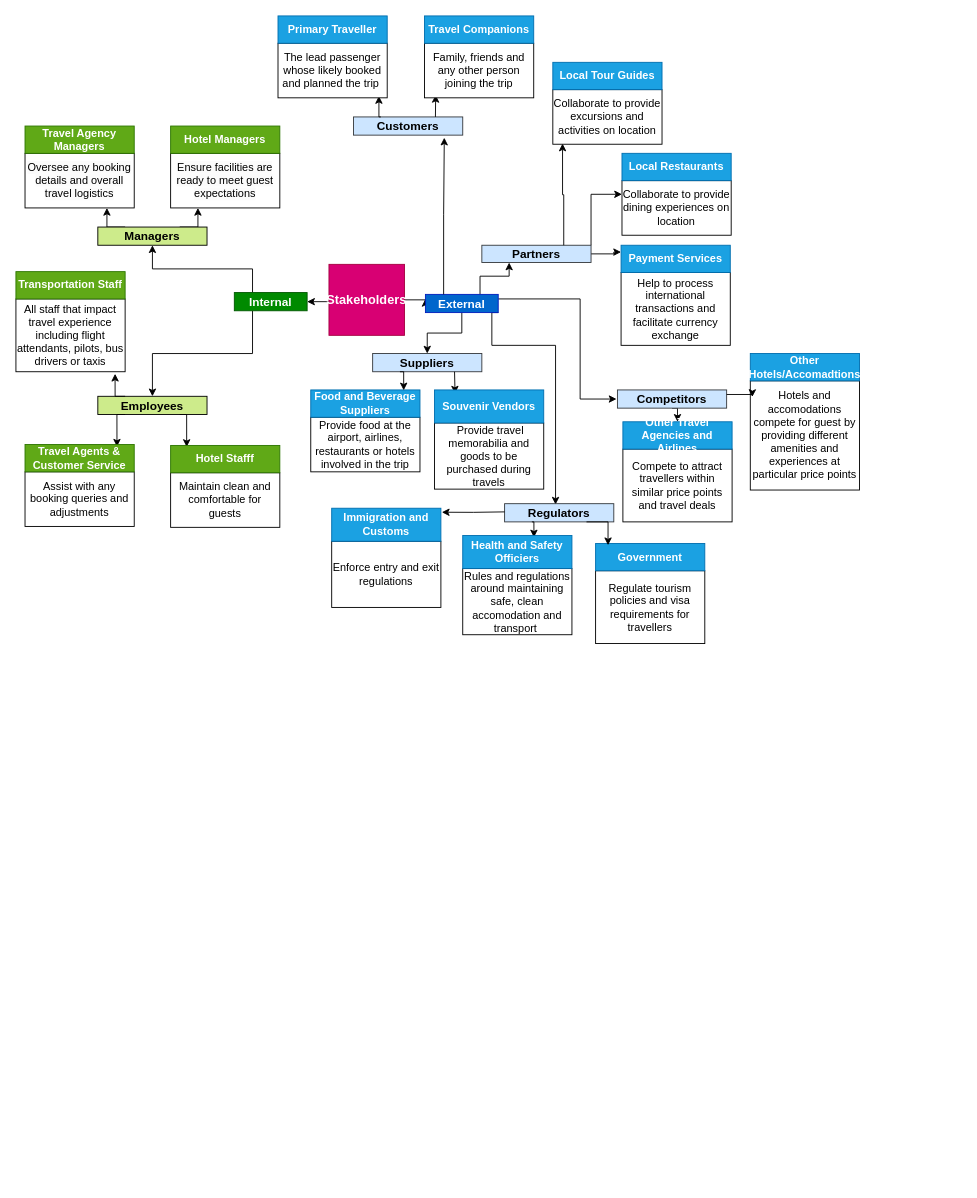
kyrafld/kyrafld keeps this draw.io diagram as mindmap_stakeholders.drawio. Above is the earlier version. Source tidied: cells renumbered, new cells numbered last; positions are measured from the earlier drawing's top-left corner, leaving out a move shared by most shapes. Both pictures are drawn from the tidied source at 91%, with x=0, y=0 at pixel (15, 15).
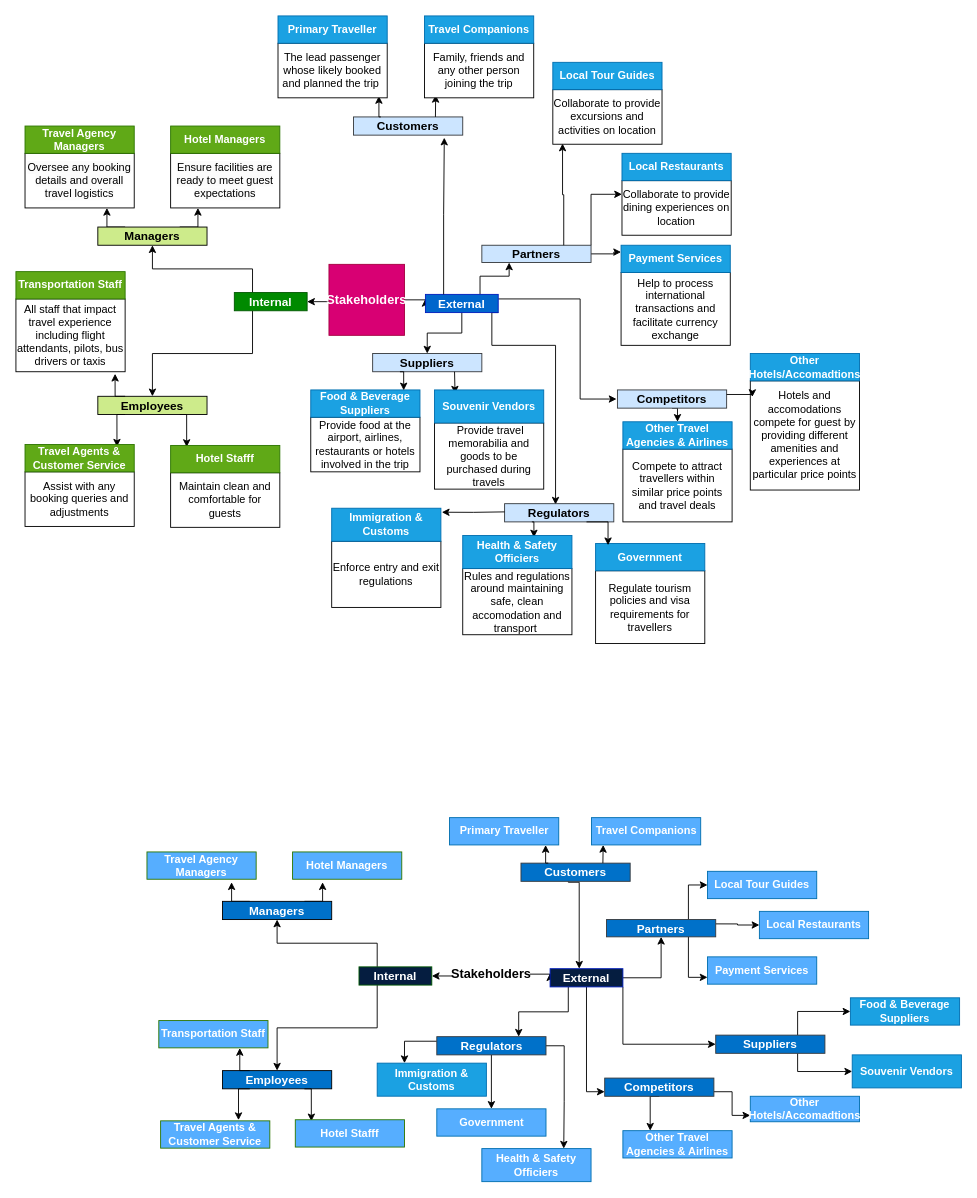
The same diagram, later.

Change to the diagram source:
```diff
@@
-    <mxCell id="35" value="&lt;div style=&quot;&quot;&gt;Food and Beverage Suppliers&lt;/div&gt;" style="rounded=0;whiteSpace=wrap;html=1;align=center;fillColor=#1ba1e2;fontColor=#ffffff;strokeColor=#006EAF;fontStyle=1;" parent="1" vertex="1">
+    <mxCell id="35" value="&lt;div style=&quot;&quot;&gt;Food &amp;amp; Beverage Suppliers&lt;/div&gt;" style="rounded=0;whiteSpace=wrap;html=1;align=center;fillColor=#1ba1e2;fontColor=#ffffff;strokeColor=#006EAF;fontStyle=1;" parent="1" vertex="1">
       <mxGeometry x="324" y="411" width="120" height="30" as="geometry" />
     </mxCell>
@@
-    <mxCell id="65" value="&lt;div style=&quot;&quot;&gt;Other Travel Agencies and Airlines&lt;/div&gt;" style="rounded=0;whiteSpace=wrap;html=1;align=center;fillColor=#1ba1e2;fontColor=#ffffff;strokeColor=#006EAF;fontStyle=1;" parent="1" vertex="1">
+    <mxCell id="65" value="&lt;div style=&quot;&quot;&gt;Other Travel Agencies &amp;amp; Airlines&lt;/div&gt;" style="rounded=0;whiteSpace=wrap;html=1;align=center;fillColor=#1ba1e2;fontColor=#ffffff;strokeColor=#006EAF;fontStyle=1;" parent="1" vertex="1">
       <mxGeometry x="667" y="446" width="120" height="30" as="geometry" />
     </mxCell>
@@
-    <mxCell id="67" value="&lt;div style=&quot;&quot;&gt;Health and Safety Officiers&lt;/div&gt;" style="rounded=0;whiteSpace=wrap;html=1;align=center;fillColor=#1ba1e2;fontColor=#ffffff;strokeColor=#006EAF;fontStyle=1;" parent="1" vertex="1">
+    <mxCell id="67" value="&lt;div style=&quot;&quot;&gt;Health &amp;amp; Safety Officiers&lt;/div&gt;" style="rounded=0;whiteSpace=wrap;html=1;align=center;fillColor=#1ba1e2;fontColor=#ffffff;strokeColor=#006EAF;fontStyle=1;" parent="1" vertex="1">
       <mxGeometry x="491" y="571" width="120" height="36.3" as="geometry" />
     </mxCell>
@@
-    <mxCell id="70" value="&lt;div style=&quot;&quot;&gt;Immigration and Customs&lt;/div&gt;" style="rounded=0;whiteSpace=wrap;html=1;align=center;fillColor=#1ba1e2;fontColor=#ffffff;strokeColor=#006EAF;fontStyle=1;" parent="1" vertex="1">
+    <mxCell id="70" value="&lt;div style=&quot;&quot;&gt;Immigration &amp;amp; Customs&lt;/div&gt;" style="rounded=0;whiteSpace=wrap;html=1;align=center;fillColor=#1ba1e2;fontColor=#ffffff;strokeColor=#006EAF;fontStyle=1;" parent="1" vertex="1">
       <mxGeometry x="347" y="541" width="120" height="36.3" as="geometry" />
     </mxCell>
@@
+    <mxCell id="76" style="edgeStyle=orthogonalEdgeStyle;rounded=0;jettySize=auto;html=1;exitX=1;exitY=0.5;exitDx=0;exitDy=0;entryX=0;entryY=0.25;entryDx=0;entryDy=0;" parent="1" edge="1" source="78" target="91">
+      <mxGeometry relative="1" as="geometry" />
+    </mxCell>
+    <mxCell id="77" style="edgeStyle=orthogonalEdgeStyle;rounded=0;jettySize=auto;html=1;exitX=0;exitY=0.5;exitDx=0;exitDy=0;entryX=1;entryY=0.5;entryDx=0;entryDy=0;" parent="1" edge="1" target="84">
+      <mxGeometry relative="1" as="geometry">
+        <mxPoint x="490" y="1055" as="sourcePoint" />
+      </mxGeometry>
+    </mxCell>
+    <mxCell id="78" value="&lt;font style=&quot;font-size: 14px;&quot;&gt;Stakeholders&lt;/font&gt;" style="rounded=0;whiteSpace=wrap;html=1;fontStyle=1;fillColor=#FFFFFF;strokeColor=#FFFFFF;" parent="1" vertex="1">
+      <mxGeometry x="481" y="1014" width="83" height="78" as="geometry" />
+    </mxCell>
+    <mxCell id="79" style="edgeStyle=orthogonalEdgeStyle;rounded=0;jettySize=auto;html=1;exitX=0.25;exitY=0;exitDx=0;exitDy=0;entryX=0.75;entryY=1;entryDx=0;entryDy=0;" parent="1" edge="1" source="82">
+      <mxGeometry relative="1" as="geometry">
+        <mxPoint x="237" y="952" as="targetPoint" />
+      </mxGeometry>
+    </mxCell>
+    <mxCell id="80" style="edgeStyle=orthogonalEdgeStyle;rounded=0;jettySize=auto;html=1;exitX=0.75;exitY=0;exitDx=0;exitDy=0;entryX=0.25;entryY=1;entryDx=0;entryDy=0;" parent="1" edge="1" source="82">
+      <mxGeometry relative="1" as="geometry">
+        <mxPoint x="337" y="952" as="targetPoint" />
+      </mxGeometry>
+    </mxCell>
+    <mxCell id="81" style="edgeStyle=orthogonalEdgeStyle;rounded=0;jettySize=auto;html=1;exitX=0.25;exitY=0;exitDx=0;exitDy=0;entryX=0.5;entryY=1;entryDx=0;entryDy=0;" parent="1" edge="1" source="84" target="82">
+      <mxGeometry relative="1" as="geometry" />
+    </mxCell>
+    <mxCell id="82" value="Managers" style="rounded=0;whiteSpace=wrap;html=1;fillColor=#0071C9;strokeColor=default;fontStyle=1;fontSize=13;fontColor=#FFFFFF;" parent="1" vertex="1">
+      <mxGeometry x="227" y="973" width="120" height="20" as="geometry" />
+    </mxCell>
+    <mxCell id="83" style="edgeStyle=orthogonalEdgeStyle;rounded=0;jettySize=auto;html=1;exitX=0.25;exitY=1;exitDx=0;exitDy=0;entryX=0.5;entryY=0;entryDx=0;entryDy=0;" parent="1" edge="1" source="84" target="85">
+      <mxGeometry relative="1" as="geometry" />
+    </mxCell>
+    <mxCell id="84" value="Internal" style="rounded=0;whiteSpace=wrap;html=1;fillColor=#051D40;fontColor=#ffffff;strokeColor=#005700;fontStyle=1;fontSize=13;" parent="1" vertex="1">
+      <mxGeometry x="377" y="1045" width="80" height="20" as="geometry" />
+    </mxCell>
+    <mxCell id="85" value="Employees" style="rounded=0;whiteSpace=wrap;html=1;fillColor=#0071C9;strokeColor=default;fontStyle=1;fontSize=13;fontColor=#FFFFFF;" parent="1" vertex="1">
+      <mxGeometry x="227" y="1159" width="120" height="20" as="geometry" />
+    </mxCell>
+    <mxCell id="86" style="edgeStyle=orthogonalEdgeStyle;rounded=0;jettySize=auto;html=1;exitX=0.25;exitY=0;exitDx=0;exitDy=0;entryX=0.908;entryY=1.028;entryDx=0;entryDy=0;entryPerimeter=0;" parent="1" edge="1" source="85">
+      <mxGeometry relative="1" as="geometry">
+        <mxPoint x="246" y="1134.2" as="targetPoint" />
+      </mxGeometry>
+    </mxCell>
+    <mxCell id="87" style="edgeStyle=orthogonalEdgeStyle;rounded=0;jettySize=auto;html=1;exitX=1;exitY=0.5;exitDx=0;exitDy=0;entryX=0.5;entryY=1;entryDx=0;entryDy=0;" parent="1" edge="1" source="91" target="98">
+      <mxGeometry relative="1" as="geometry" />
+    </mxCell>
+    <mxCell id="88" style="edgeStyle=orthogonalEdgeStyle;rounded=0;jettySize=auto;html=1;exitX=1;exitY=1;exitDx=0;exitDy=0;entryX=0;entryY=0.5;entryDx=0;entryDy=0;" parent="1" edge="1" source="91" target="125">
+      <mxGeometry relative="1" as="geometry" />
+    </mxCell>
+    <mxCell id="89" style="edgeStyle=orthogonalEdgeStyle;rounded=0;jettySize=auto;html=1;exitX=0.25;exitY=1;exitDx=0;exitDy=0;entryX=0.75;entryY=0;entryDx=0;entryDy=0;" parent="1" edge="1" source="91" target="103">
+      <mxGeometry relative="1" as="geometry" />
+    </mxCell>
+    <mxCell id="90" style="edgeStyle=orthogonalEdgeStyle;rounded=0;jettySize=auto;html=1;exitX=0.5;exitY=1;exitDx=0;exitDy=0;entryX=0;entryY=0.75;entryDx=0;entryDy=0;" parent="1" edge="1" source="91" target="107">
+      <mxGeometry relative="1" as="geometry" />
+    </mxCell>
+    <mxCell id="91" value="&lt;b&gt;External&lt;/b&gt;" style="rounded=0;whiteSpace=wrap;html=1;fillColor=#051D40;fontColor=#ffffff;strokeColor=#001DBC;fontSize=13;" parent="1" vertex="1">
+      <mxGeometry x="587" y="1047" width="80" height="20" as="geometry" />
+    </mxCell>
+    <mxCell id="92" style="edgeStyle=orthogonalEdgeStyle;rounded=0;orthogonalLoop=1;jettySize=auto;html=1;exitX=0.5;exitY=1;exitDx=0;exitDy=0;entryX=0.5;entryY=0;entryDx=0;entryDy=0;" parent="1" edge="1">
+      <mxGeometry relative="1" as="geometry">
+        <mxPoint x="607" y="951" as="sourcePoint" />
+        <mxPoint x="619" y="1047" as="targetPoint" />
+        <Array as="points">
+          <mxPoint x="619" y="952" />
+        </Array>
+      </mxGeometry>
+    </mxCell>
+    <mxCell id="93" value="Customers" style="rounded=0;whiteSpace=wrap;html=1;fillColor=#0071C9;strokeColor=#36393d;fontStyle=1;fontSize=13;fontColor=#FFFFFF;" parent="1" vertex="1">
+      <mxGeometry x="555" y="931" width="120" height="20" as="geometry" />
+    </mxCell>
+    <mxCell id="94" style="edgeStyle=orthogonalEdgeStyle;rounded=0;jettySize=auto;html=1;exitX=0.75;exitY=1;exitDx=0;exitDy=0;entryX=0.147;entryY=0.057;entryDx=0;entryDy=0;entryPerimeter=0;" parent="1" edge="1" source="85" target="117">
+      <mxGeometry relative="1" as="geometry" />
+    </mxCell>
+    <mxCell id="95" style="edgeStyle=orthogonalEdgeStyle;rounded=0;jettySize=auto;html=1;exitX=0.75;exitY=1;exitDx=0;exitDy=0;entryX=0;entryY=0.75;entryDx=0;entryDy=0;" parent="1" edge="1" source="98" target="99">
+      <mxGeometry relative="1" as="geometry" />
+    </mxCell>
+    <mxCell id="96" style="edgeStyle=orthogonalEdgeStyle;rounded=0;jettySize=auto;html=1;exitX=0.75;exitY=0;exitDx=0;exitDy=0;entryX=0;entryY=0.5;entryDx=0;entryDy=0;" parent="1" edge="1" source="98" target="110">
+      <mxGeometry relative="1" as="geometry" />
+    </mxCell>
+    <mxCell id="97" style="edgeStyle=orthogonalEdgeStyle;rounded=0;jettySize=auto;html=1;exitX=1;exitY=0.25;exitDx=0;exitDy=0;entryX=0;entryY=0.5;entryDx=0;entryDy=0;" parent="1" edge="1" source="98" target="111">
+      <mxGeometry relative="1" as="geometry" />
+    </mxCell>
+    <mxCell id="98" value="Partners" style="rounded=0;whiteSpace=wrap;html=1;fillColor=#0071C9;strokeColor=#36393d;fontStyle=1;fontSize=13;fontColor=#FFFFFF;" parent="1" vertex="1">
+      <mxGeometry x="649" y="993" width="120" height="19" as="geometry" />
+    </mxCell>
+    <mxCell id="99" value="&lt;div style=&quot;&quot;&gt;Payment Services&lt;/div&gt;" style="rounded=0;whiteSpace=wrap;html=1;align=center;fillColor=#56aeff;fontColor=#ffffff;strokeColor=#006EAF;fontStyle=1;" parent="1" vertex="1">
+      <mxGeometry x="760" y="1034" width="120" height="30" as="geometry" />
+    </mxCell>
+    <mxCell id="100" style="edgeStyle=orthogonalEdgeStyle;rounded=0;jettySize=auto;html=1;exitX=0;exitY=0.25;exitDx=0;exitDy=0;entryX=0.25;entryY=0;entryDx=0;entryDy=0;" parent="1" edge="1" source="103" target="114">
+      <mxGeometry relative="1" as="geometry" />
+    </mxCell>
+    <mxCell id="101" style="edgeStyle=orthogonalEdgeStyle;rounded=0;jettySize=auto;html=1;exitX=0.5;exitY=1;exitDx=0;exitDy=0;entryX=0.5;entryY=0;entryDx=0;entryDy=0;" parent="1" edge="1" source="103" target="109">
+      <mxGeometry relative="1" as="geometry" />
+    </mxCell>
+    <mxCell id="102" style="edgeStyle=orthogonalEdgeStyle;rounded=0;jettySize=auto;html=1;exitX=1;exitY=0.5;exitDx=0;exitDy=0;entryX=0.75;entryY=0;entryDx=0;entryDy=0;" parent="1" edge="1" source="103" target="113">
+      <mxGeometry relative="1" as="geometry" />
+    </mxCell>
+    <mxCell id="103" value="Regulators" style="rounded=0;whiteSpace=wrap;html=1;fillColor=#0071C9;strokeColor=#36393d;fontStyle=1;fontSize=13;fontColor=#FFFFFF;" parent="1" vertex="1">
+      <mxGeometry x="462.5" y="1121.7" width="120" height="20" as="geometry" />
+    </mxCell>
+    <mxCell id="104" value="&lt;div style=&quot;&quot;&gt;Food &amp;amp; Beverage Suppliers&lt;/div&gt;" style="rounded=0;whiteSpace=wrap;html=1;align=center;fillColor=#1ba1e2;fontColor=#ffffff;strokeColor=#006EAF;fontStyle=1;" parent="1" vertex="1">
+      <mxGeometry x="917" y="1079" width="120" height="30" as="geometry" />
+    </mxCell>
+    <mxCell id="105" style="edgeStyle=orthogonalEdgeStyle;rounded=0;jettySize=auto;html=1;exitX=0.5;exitY=1;exitDx=0;exitDy=0;entryX=0.25;entryY=0;entryDx=0;entryDy=0;" parent="1" edge="1" source="107" target="112">
+      <mxGeometry relative="1" as="geometry" />
+    </mxCell>
+    <mxCell id="106" style="edgeStyle=orthogonalEdgeStyle;rounded=0;jettySize=auto;html=1;exitX=1;exitY=0.75;exitDx=0;exitDy=0;entryX=0;entryY=0.75;entryDx=0;entryDy=0;" parent="1" edge="1" source="107" target="108">
+      <mxGeometry relative="1" as="geometry" />
+    </mxCell>
+    <mxCell id="107" value="Competitors" style="rounded=0;whiteSpace=wrap;html=1;fillColor=#0071C9;strokeColor=#36393d;fontStyle=1;fontSize=13;fontColor=#FFFFFF;" parent="1" vertex="1">
+      <mxGeometry x="647" y="1167.2" width="120" height="20" as="geometry" />
+    </mxCell>
+    <mxCell id="108" value="&lt;div style=&quot;&quot;&gt;Other Hotels/Accomadtions&lt;/div&gt;" style="rounded=0;whiteSpace=wrap;html=1;align=center;fillColor=#56aeff;fontColor=#ffffff;strokeColor=#006EAF;fontStyle=1;" parent="1" vertex="1">
+      <mxGeometry x="807" y="1187.2" width="120" height="28" as="geometry" />
+    </mxCell>
+    <mxCell id="109" value="&lt;div style=&quot;&quot;&gt;Government&lt;/div&gt;" style="rounded=0;whiteSpace=wrap;html=1;align=center;fillColor=#56aeff;fontColor=#ffffff;strokeColor=#006EAF;fontStyle=1;" parent="1" vertex="1">
+      <mxGeometry x="462.5" y="1201" width="120" height="30" as="geometry" />
+    </mxCell>
+    <mxCell id="110" value="&lt;div style=&quot;&quot;&gt;Local Tour Guides&lt;/div&gt;" style="rounded=0;whiteSpace=wrap;html=1;align=center;fillColor=#56aeff;fontColor=#ffffff;strokeColor=#006EAF;fontStyle=1;" parent="1" vertex="1">
+      <mxGeometry x="760" y="940" width="120" height="30" as="geometry" />
+    </mxCell>
+    <mxCell id="111" value="&lt;div style=&quot;&quot;&gt;Local Restaurants&lt;/div&gt;" style="rounded=0;whiteSpace=wrap;html=1;align=center;fillColor=#56aeff;fontColor=#ffffff;strokeColor=#006EAF;fontStyle=1;" parent="1" vertex="1">
+      <mxGeometry x="817" y="984" width="120" height="30" as="geometry" />
+    </mxCell>
+    <mxCell id="112" value="&lt;div style=&quot;&quot;&gt;Other Travel Agencies &amp;amp; Airlines&lt;/div&gt;" style="rounded=0;whiteSpace=wrap;html=1;align=center;fillColor=#56aeff;fontColor=#ffffff;strokeColor=#006EAF;fontStyle=1;" parent="1" vertex="1">
+      <mxGeometry x="667" y="1225" width="120" height="30" as="geometry" />
+    </mxCell>
+    <mxCell id="113" value="&lt;div style=&quot;&quot;&gt;Health &amp;amp; Safety Officiers&lt;/div&gt;" style="rounded=0;whiteSpace=wrap;html=1;align=center;fillColor=#56aeff;fontColor=#ffffff;strokeColor=#006EAF;fontStyle=1;" parent="1" vertex="1">
+      <mxGeometry x="512" y="1244.7" width="120" height="36.3" as="geometry" />
+    </mxCell>
+    <mxCell id="114" value="&lt;div style=&quot;&quot;&gt;Immigration &amp;amp; Customs&lt;/div&gt;" style="rounded=0;whiteSpace=wrap;html=1;align=center;fillColor=#1ba1e2;fontColor=#ffffff;strokeColor=#006EAF;fontStyle=1;" parent="1" vertex="1">
+      <mxGeometry x="397" y="1150.8" width="120" height="36.3" as="geometry" />
+    </mxCell>
+    <mxCell id="115" style="edgeStyle=orthogonalEdgeStyle;rounded=0;orthogonalLoop=1;jettySize=auto;html=1;exitX=0.5;exitY=1;exitDx=0;exitDy=0;" parent="1" edge="1" source="114" target="114">
+      <mxGeometry relative="1" as="geometry" />
+    </mxCell>
+    <mxCell id="116" value="&lt;div style=&quot;&quot;&gt;Souvenir Vendors&lt;/div&gt;" style="rounded=0;whiteSpace=wrap;html=1;align=center;fillColor=#1ba1e2;fontColor=#ffffff;strokeColor=#006EAF;fontStyle=1;" parent="1" vertex="1">
+      <mxGeometry x="919" y="1141.7" width="120" height="36.3" as="geometry" />
+    </mxCell>
+    <mxCell id="117" value="&lt;div style=&quot;&quot;&gt;Hotel Stafff&lt;/div&gt;" style="rounded=0;whiteSpace=wrap;html=1;align=center;fillColor=#56aeff;fontColor=#ffffff;strokeColor=#2D7600;fontStyle=1;" parent="1" vertex="1">
+      <mxGeometry x="307" y="1213" width="120" height="30" as="geometry" />
+    </mxCell>
+    <mxCell id="118" style="edgeStyle=orthogonalEdgeStyle;rounded=0;orthogonalLoop=1;jettySize=auto;html=1;exitX=0.5;exitY=1;exitDx=0;exitDy=0;" parent="1" edge="1" source="110" target="110">
+      <mxGeometry relative="1" as="geometry" />
+    </mxCell>
+    <mxCell id="119" value="&lt;div style=&quot;&quot;&gt;Primary Traveller&lt;/div&gt;" style="rounded=0;whiteSpace=wrap;html=1;align=center;fillColor=#56aeff;fontColor=#ffffff;strokeColor=#006EAF;fontStyle=1;" parent="1" vertex="1">
+      <mxGeometry x="476.5" y="881" width="120" height="30" as="geometry" />
+    </mxCell>
+    <mxCell id="120" value="&lt;div style=&quot;&quot;&gt;Travel Companions&lt;/div&gt;" style="rounded=0;whiteSpace=wrap;html=1;align=center;fillColor=#56aeff;fontColor=#ffffff;strokeColor=#006EAF;fontStyle=1;" parent="1" vertex="1">
+      <mxGeometry x="632.5" y="881" width="120" height="30" as="geometry" />
+    </mxCell>
+    <mxCell id="121" style="edgeStyle=orthogonalEdgeStyle;rounded=0;jettySize=auto;html=1;exitX=0.25;exitY=0;exitDx=0;exitDy=0;entryX=0.88;entryY=1.005;entryDx=0;entryDy=0;entryPerimeter=0;" parent="1" edge="1" source="93" target="119">
+      <mxGeometry relative="1" as="geometry" />
+    </mxCell>
+    <mxCell id="122" style="edgeStyle=orthogonalEdgeStyle;rounded=0;jettySize=auto;html=1;exitX=0.75;exitY=0;exitDx=0;exitDy=0;entryX=0.107;entryY=1;entryDx=0;entryDy=0;entryPerimeter=0;" parent="1" edge="1" source="93" target="120">
+      <mxGeometry relative="1" as="geometry" />
+    </mxCell>
+    <mxCell id="123" style="edgeStyle=orthogonalEdgeStyle;rounded=0;jettySize=auto;html=1;exitX=0.75;exitY=0;exitDx=0;exitDy=0;entryX=0;entryY=0.5;entryDx=0;entryDy=0;" parent="1" edge="1" source="125" target="104">
+      <mxGeometry relative="1" as="geometry" />
+    </mxCell>
+    <mxCell id="124" style="edgeStyle=orthogonalEdgeStyle;rounded=0;jettySize=auto;html=1;exitX=0.75;exitY=1;exitDx=0;exitDy=0;entryX=0;entryY=0.5;entryDx=0;entryDy=0;" parent="1" edge="1" source="125" target="116">
+      <mxGeometry relative="1" as="geometry" />
+    </mxCell>
+    <mxCell id="125" value="Suppliers" style="rounded=0;whiteSpace=wrap;html=1;fillColor=#0071C9;strokeColor=#36393d;fontStyle=1;fontSize=13;fontColor=#FFFFFF;" parent="1" vertex="1">
+      <mxGeometry x="769" y="1120" width="120" height="20" as="geometry" />
+    </mxCell>
+    <mxCell id="126" value="&lt;span style=&quot;text-align: left;&quot;&gt;Travel Agency Managers&lt;/span&gt;" style="rounded=0;whiteSpace=wrap;html=1;fillColor=#56aeff;fontColor=#ffffff;strokeColor=#2D7600;fontStyle=1;" parent="1" vertex="1">
+      <mxGeometry x="144" y="918.7" width="120" height="30" as="geometry" />
+    </mxCell>
+    <mxCell id="127" value="Hotel Managers" style="rounded=0;whiteSpace=wrap;html=1;fillColor=#56aeff;fontColor=#ffffff;strokeColor=#2D7600;fontStyle=1;" parent="1" vertex="1">
+      <mxGeometry x="304" y="918.7" width="120" height="30" as="geometry" />
+    </mxCell>
+    <mxCell id="128" value="&lt;div style=&quot;text-align: left;&quot;&gt;Transportation Staff&lt;/div&gt;" style="rounded=0;whiteSpace=wrap;html=1;fillColor=#56aeff;fontColor=#ffffff;strokeColor=#2D7600;fontStyle=1;" parent="1" vertex="1">
+      <mxGeometry x="157" y="1104" width="120" height="30" as="geometry" />
+    </mxCell>
+    <mxCell id="129" style="edgeStyle=orthogonalEdgeStyle;rounded=0;jettySize=auto;html=1;exitX=0.25;exitY=1;exitDx=0;exitDy=0;entryX=0.838;entryY=0.024;entryDx=0;entryDy=0;entryPerimeter=0;" parent="1" edge="1" source="85">
+      <mxGeometry relative="1" as="geometry">
+        <mxPoint x="244.6" y="1213.4" as="targetPoint" />
+      </mxGeometry>
+    </mxCell>
+    <mxCell id="130" value="&lt;div style=&quot;&quot;&gt;Travel Agents &amp;amp; Customer Service&lt;/div&gt;" style="rounded=0;whiteSpace=wrap;html=1;align=center;fillColor=#56AEFF;fontColor=#FFFFFF;strokeColor=#2D7600;fontStyle=1;" parent="1" vertex="1">
+      <mxGeometry x="159" y="1214.2" width="120" height="30" as="geometry" />
+    </mxCell>
```
